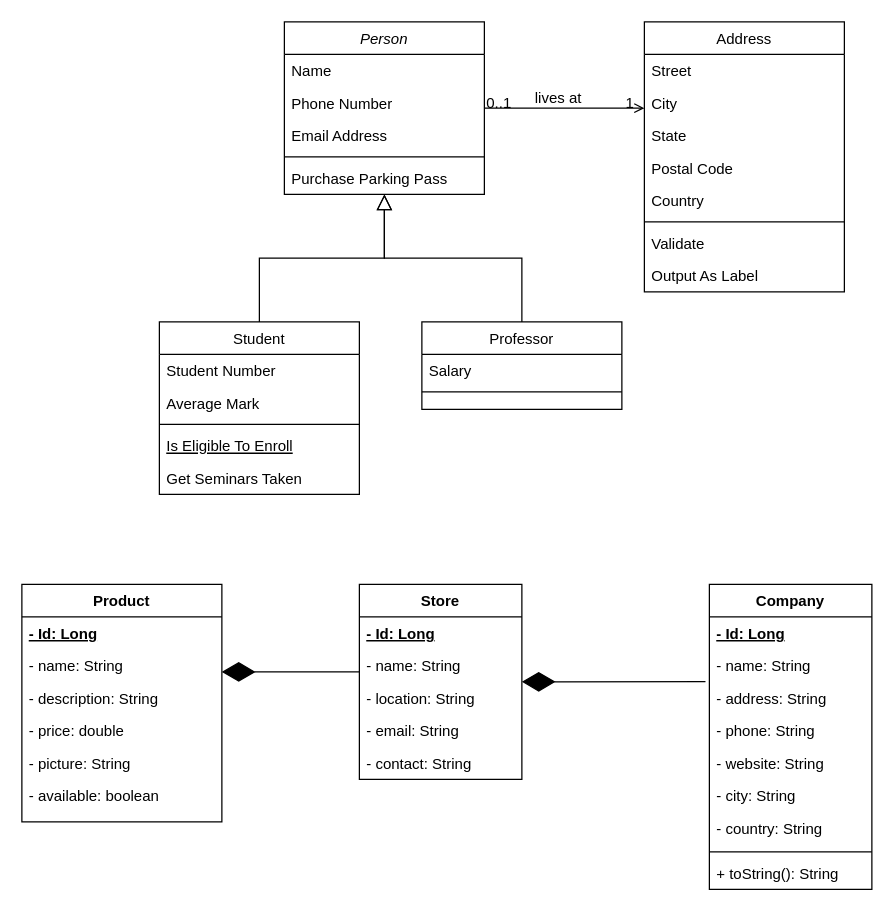
Above: circuit_store.drawio in amine-elarass49/angular_doc (draw.io), before the change. Source tidied: cells renumbered, new cells numbered last; positions are measured from the earlier drawing's top-left corner, leaving out a move shared by most shapes. Both pictures are drawn from the tidied source at 125%, with x=0, y=0 at pixel (21, 21).
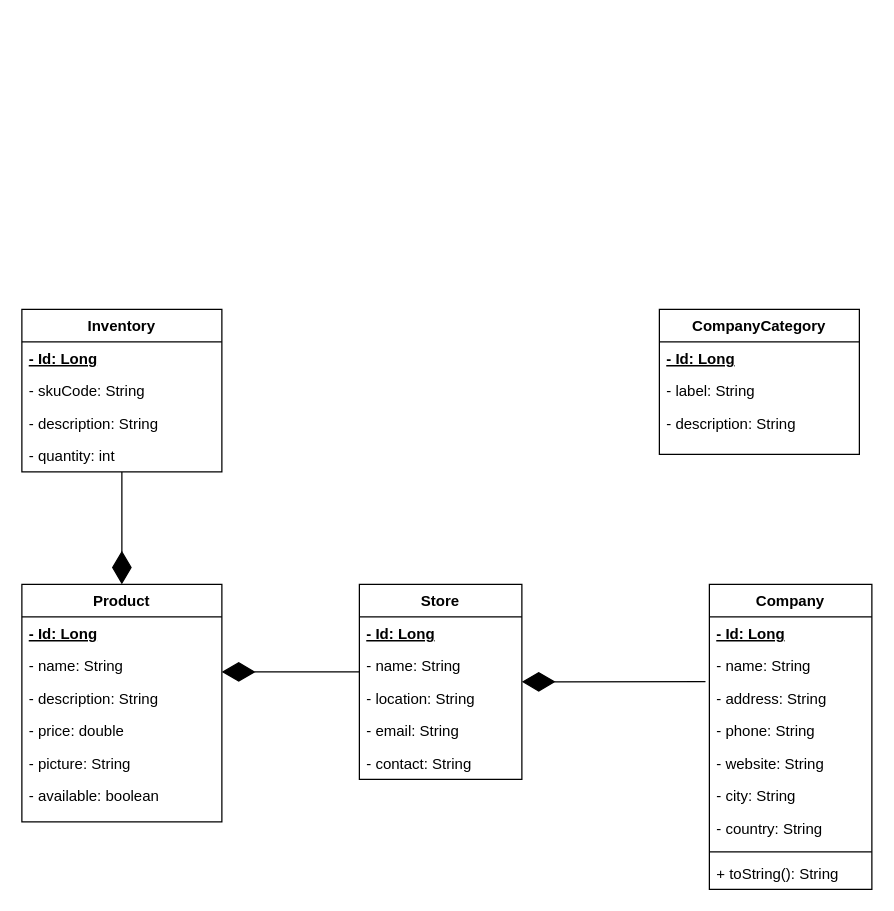
Above is the later version.

Unchanged cells that the change refers to:
```xml
<mxCell id="49" value="Product" style="swimlane;fontStyle=1;align=center;verticalAlign=top;horizontal=1;startSize=26;rounded=0;shadow=0;strokeWidth=1;" parent="1" vertex="1">
  <mxGeometry y="450" width="160" height="190" as="geometry" />
</mxCell>
```

Change to the diagram source:
```diff
@@
-    <mxCell id="2" value="Person" style="swimlane;fontStyle=2;align=center;verticalAlign=top;horizontal=1;startSize=26;rounded=0;shadow=0;strokeWidth=1;" parent="1" vertex="1">
-      <mxGeometry x="210" width="160" height="138" as="geometry" />
-    </mxCell>
-    <mxCell id="3" value="Name" style="text;align=left;verticalAlign=top;spacingLeft=4;spacingRight=4;overflow=hidden;" parent="2" vertex="1">
-      <mxGeometry y="26" width="160" height="26" as="geometry" />
-    </mxCell>
-    <mxCell id="4" value="Phone Number" style="text;align=left;verticalAlign=top;spacingLeft=4;spacingRight=4;overflow=hidden;rounded=0;shadow=0;html=0;" parent="2" vertex="1">
-      <mxGeometry y="52" width="160" height="26" as="geometry" />
-    </mxCell>
-    <mxCell id="5" value="Email Address" style="text;align=left;verticalAlign=top;spacingLeft=4;spacingRight=4;overflow=hidden;rounded=0;shadow=0;html=0;" parent="2" vertex="1">
-      <mxGeometry y="78" width="160" height="26" as="geometry" />
-    </mxCell>
-    <mxCell id="6" style="line;html=1;strokeWidth=1;align=left;verticalAlign=middle;spacingTop=-1;spacingLeft=3;spacingRight=3;labelPosition=right;" parent="2" vertex="1">
-      <mxGeometry y="104" width="160" height="8" as="geometry" />
-    </mxCell>
-    <mxCell id="7" value="Purchase Parking Pass" style="text;align=left;verticalAlign=top;spacingLeft=4;spacingRight=4;overflow=hidden;" parent="2" vertex="1">
-      <mxGeometry y="112" width="160" height="26" as="geometry" />
-    </mxCell>
-    <mxCell id="8" value="Student" style="swimlane;fontStyle=0;align=center;verticalAlign=top;horizontal=1;startSize=26;rounded=0;shadow=0;strokeWidth=1;" parent="1" vertex="1">
-      <mxGeometry x="110" y="240" width="160" height="138" as="geometry" />
-    </mxCell>
-    <mxCell id="9" value="Student Number" style="text;align=left;verticalAlign=top;spacingLeft=4;spacingRight=4;overflow=hidden;" parent="8" vertex="1">
-      <mxGeometry y="26" width="160" height="26" as="geometry" />
-    </mxCell>
-    <mxCell id="10" value="Average Mark" style="text;align=left;verticalAlign=top;spacingLeft=4;spacingRight=4;overflow=hidden;rounded=0;shadow=0;html=0;" parent="8" vertex="1">
-      <mxGeometry y="52" width="160" height="26" as="geometry" />
-    </mxCell>
-    <mxCell id="11" style="line;html=1;strokeWidth=1;align=left;verticalAlign=middle;spacingTop=-1;spacingLeft=3;spacingRight=3;labelPosition=right;" parent="8" vertex="1">
-      <mxGeometry y="78" width="160" height="8" as="geometry" />
-    </mxCell>
-    <mxCell id="12" value="Is Eligible To Enroll" style="text;align=left;verticalAlign=top;spacingLeft=4;spacingRight=4;overflow=hidden;fontStyle=4;" parent="8" vertex="1">
-      <mxGeometry y="86" width="160" height="26" as="geometry" />
-    </mxCell>
-    <mxCell id="13" value="Get Seminars Taken" style="text;align=left;verticalAlign=top;spacingLeft=4;spacingRight=4;overflow=hidden;" parent="8" vertex="1">
-      <mxGeometry y="112" width="160" height="26" as="geometry" />
-    </mxCell>
-    <mxCell id="14" style="endArrow=block;endSize=10;endFill=0;shadow=0;strokeWidth=1;rounded=0;curved=0;edgeStyle=elbowEdgeStyle;elbow=vertical;" parent="1" edge="1" source="8" target="2">
-      <mxGeometry relative="1" as="geometry" />
-    </mxCell>
-    <mxCell id="15" value="Professor" style="swimlane;fontStyle=0;align=center;verticalAlign=top;horizontal=1;startSize=26;rounded=0;shadow=0;strokeWidth=1;" parent="1" vertex="1">
-      <mxGeometry x="320" y="240" width="160" height="70" as="geometry" />
-    </mxCell>
-    <mxCell id="16" value="Salary" style="text;align=left;verticalAlign=top;spacingLeft=4;spacingRight=4;overflow=hidden;" parent="15" vertex="1">
-      <mxGeometry y="26" width="160" height="26" as="geometry" />
-    </mxCell>
-    <mxCell id="17" style="line;html=1;strokeWidth=1;align=left;verticalAlign=middle;spacingTop=-1;spacingLeft=3;spacingRight=3;labelPosition=right;" parent="15" vertex="1">
-      <mxGeometry y="52" width="160" height="8" as="geometry" />
-    </mxCell>
-    <mxCell id="18" style="endArrow=block;endSize=10;endFill=0;shadow=0;strokeWidth=1;rounded=0;curved=0;edgeStyle=elbowEdgeStyle;elbow=vertical;" parent="1" edge="1" source="15" target="2">
-      <mxGeometry relative="1" as="geometry" />
-    </mxCell>
-    <mxCell id="19" value="Address" style="swimlane;fontStyle=0;align=center;verticalAlign=top;horizontal=1;startSize=26;rounded=0;shadow=0;strokeWidth=1;" parent="1" vertex="1">
-      <mxGeometry x="498" width="160" height="216" as="geometry" />
-    </mxCell>
-    <mxCell id="20" value="Street" style="text;align=left;verticalAlign=top;spacingLeft=4;spacingRight=4;overflow=hidden;" parent="19" vertex="1">
-      <mxGeometry y="26" width="160" height="26" as="geometry" />
-    </mxCell>
-    <mxCell id="21" value="City" style="text;align=left;verticalAlign=top;spacingLeft=4;spacingRight=4;overflow=hidden;rounded=0;shadow=0;html=0;" parent="19" vertex="1">
-      <mxGeometry y="52" width="160" height="26" as="geometry" />
-    </mxCell>
-    <mxCell id="22" value="State" style="text;align=left;verticalAlign=top;spacingLeft=4;spacingRight=4;overflow=hidden;rounded=0;shadow=0;html=0;" parent="19" vertex="1">
-      <mxGeometry y="78" width="160" height="26" as="geometry" />
-    </mxCell>
-    <mxCell id="23" value="Postal Code" style="text;align=left;verticalAlign=top;spacingLeft=4;spacingRight=4;overflow=hidden;rounded=0;shadow=0;html=0;" parent="19" vertex="1">
-      <mxGeometry y="104" width="160" height="26" as="geometry" />
-    </mxCell>
-    <mxCell id="24" value="Country" style="text;align=left;verticalAlign=top;spacingLeft=4;spacingRight=4;overflow=hidden;rounded=0;shadow=0;html=0;" parent="19" vertex="1">
-      <mxGeometry y="130" width="160" height="26" as="geometry" />
-    </mxCell>
-    <mxCell id="25" style="line;html=1;strokeWidth=1;align=left;verticalAlign=middle;spacingTop=-1;spacingLeft=3;spacingRight=3;labelPosition=right;" parent="19" vertex="1">
-      <mxGeometry y="156" width="160" height="8" as="geometry" />
-    </mxCell>
-    <mxCell id="26" value="Validate" style="text;align=left;verticalAlign=top;spacingLeft=4;spacingRight=4;overflow=hidden;" parent="19" vertex="1">
-      <mxGeometry y="164" width="160" height="26" as="geometry" />
-    </mxCell>
-    <mxCell id="27" value="Output As Label" style="text;align=left;verticalAlign=top;spacingLeft=4;spacingRight=4;overflow=hidden;" parent="19" vertex="1">
-      <mxGeometry y="190" width="160" height="26" as="geometry" />
-    </mxCell>
-    <mxCell id="28" style="endArrow=open;shadow=0;strokeWidth=1;rounded=0;curved=0;endFill=1;edgeStyle=elbowEdgeStyle;elbow=vertical;" parent="1" edge="1" source="2" target="19">
-      <mxGeometry x="0.5" y="41" relative="1" as="geometry">
-        <mxPoint x="-40" y="32" as="offset" />
-      </mxGeometry>
-    </mxCell>
-    <mxCell id="29" value="0..1" style="align=left;verticalAlign=bottom;labelBackgroundColor=none;fontSize=12;" parent="28" vertex="1">
-      <mxGeometry x="-1" relative="1" as="geometry">
-        <mxPoint y="4" as="offset" />
-      </mxGeometry>
-    </mxCell>
-    <mxCell id="30" value="1" style="align=right;verticalAlign=bottom;labelBackgroundColor=none;fontSize=12;" parent="28" vertex="1">
-      <mxGeometry x="1" relative="1" as="geometry">
-        <mxPoint x="-7" y="4" as="offset" />
-      </mxGeometry>
-    </mxCell>
-    <mxCell id="31" value="lives at" style="text;html=1;align=center;verticalAlign=middle;labelBackgroundColor=none;rounded=0;shadow=0;strokeWidth=1;fontSize=12;" parent="28" vertex="1">
-      <mxGeometry x="0.5" y="49" relative="1" as="geometry">
-        <mxPoint x="-38" y="40" as="offset" />
-      </mxGeometry>
-    </mxCell>
@@
+    <mxCell id="57" value="Inventory" style="swimlane;fontStyle=1;align=center;verticalAlign=top;horizontal=1;startSize=26;rounded=0;shadow=0;strokeWidth=1;" parent="1" vertex="1">
+      <mxGeometry y="230" width="160" height="130" as="geometry" />
+    </mxCell>
+    <mxCell id="58" value="- Id: Long" style="text;align=left;verticalAlign=top;spacingLeft=4;spacingRight=4;overflow=hidden;fontStyle=5;" parent="57" vertex="1">
+      <mxGeometry y="26" width="160" height="26" as="geometry" />
+    </mxCell>
+    <mxCell id="59" value="- skuCode: String" style="text;align=left;verticalAlign=top;spacingLeft=4;spacingRight=4;overflow=hidden;rounded=0;shadow=0;html=0;" parent="57" vertex="1">
+      <mxGeometry y="52" width="160" height="26" as="geometry" />
+    </mxCell>
+    <mxCell id="60" value="- description: String" style="text;align=left;verticalAlign=top;spacingLeft=4;spacingRight=4;overflow=hidden;rounded=0;shadow=0;html=0;" parent="57" vertex="1">
+      <mxGeometry y="78" width="160" height="26" as="geometry" />
+    </mxCell>
+    <mxCell id="61" value="- quantity: int" style="text;align=left;verticalAlign=top;spacingLeft=4;spacingRight=4;overflow=hidden;rounded=0;shadow=0;html=0;" parent="57" vertex="1">
+      <mxGeometry y="104" width="160" height="26" as="geometry" />
+    </mxCell>
+    <mxCell id="62" style="endArrow=diamondThin;endFill=1;endSize=24;html=1;rounded=0;" parent="1" edge="1" source="57" target="49">
+      <mxGeometry relative="1" as="geometry" />
+    </mxCell>
+    <mxCell id="63" value="CompanyCategory&#10;" style="swimlane;fontStyle=1;align=center;verticalAlign=top;horizontal=1;startSize=26;rounded=0;shadow=0;strokeWidth=1;" parent="1" vertex="1">
+      <mxGeometry x="510" y="230" width="160" height="116" as="geometry" />
+    </mxCell>
+    <mxCell id="64" value="- Id: Long" style="text;align=left;verticalAlign=top;spacingLeft=4;spacingRight=4;overflow=hidden;fontStyle=5;" parent="63" vertex="1">
+      <mxGeometry y="26" width="160" height="26" as="geometry" />
+    </mxCell>
+    <mxCell id="65" value="- label: String" style="text;align=left;verticalAlign=top;spacingLeft=4;spacingRight=4;overflow=hidden;rounded=0;shadow=0;html=0;" parent="63" vertex="1">
+      <mxGeometry y="52" width="160" height="26" as="geometry" />
+    </mxCell>
+    <mxCell id="66" value="- description: String" style="text;align=left;verticalAlign=top;spacingLeft=4;spacingRight=4;overflow=hidden;rounded=0;shadow=0;html=0;" parent="63" vertex="1">
+      <mxGeometry y="78" width="160" height="26" as="geometry" />
+    </mxCell>
```
